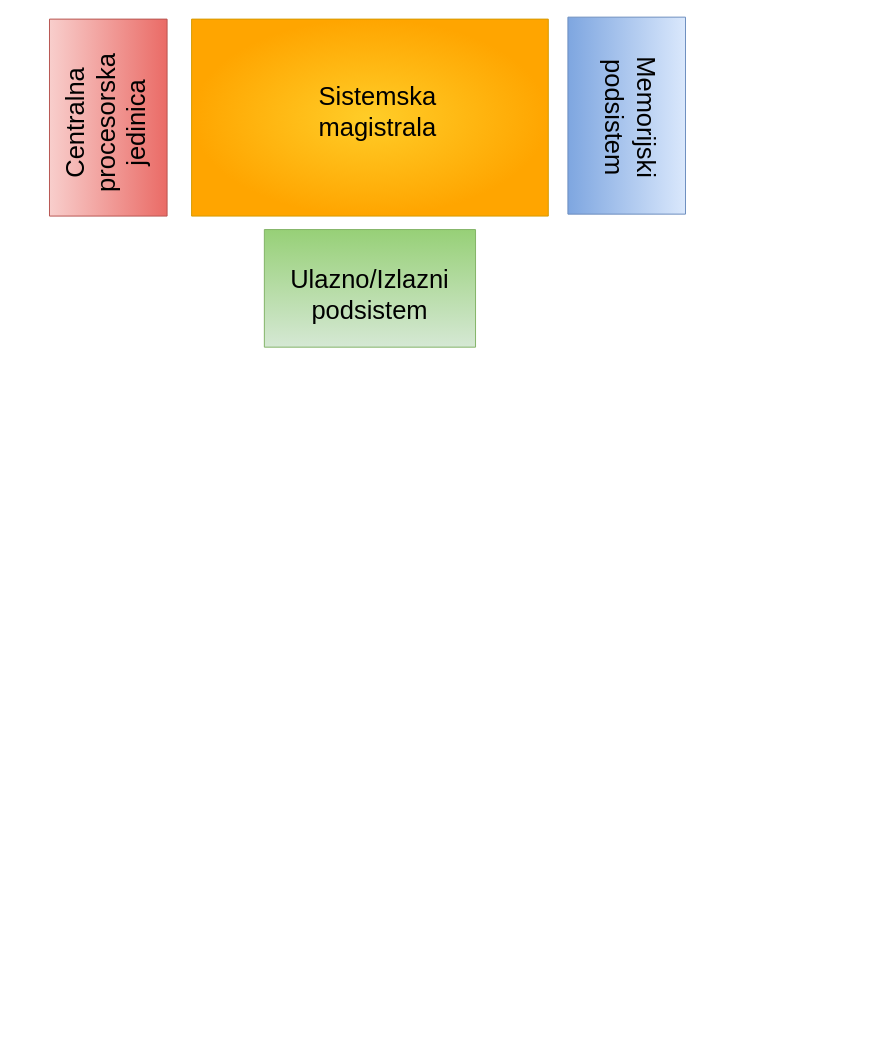
Before: Programiranje_u_fizici.drawio in dejan-aleksic/PMF-IoT, a draw.io diagram. Source tidied: cells renumbered, new cells numbered last; positions are measured from the earlier drawing's top-left corner, leaving out a move shared by most shapes. Both pictures are drawn from the tidied source at 98%, with x=0, y=0 at pixel (49, 17).
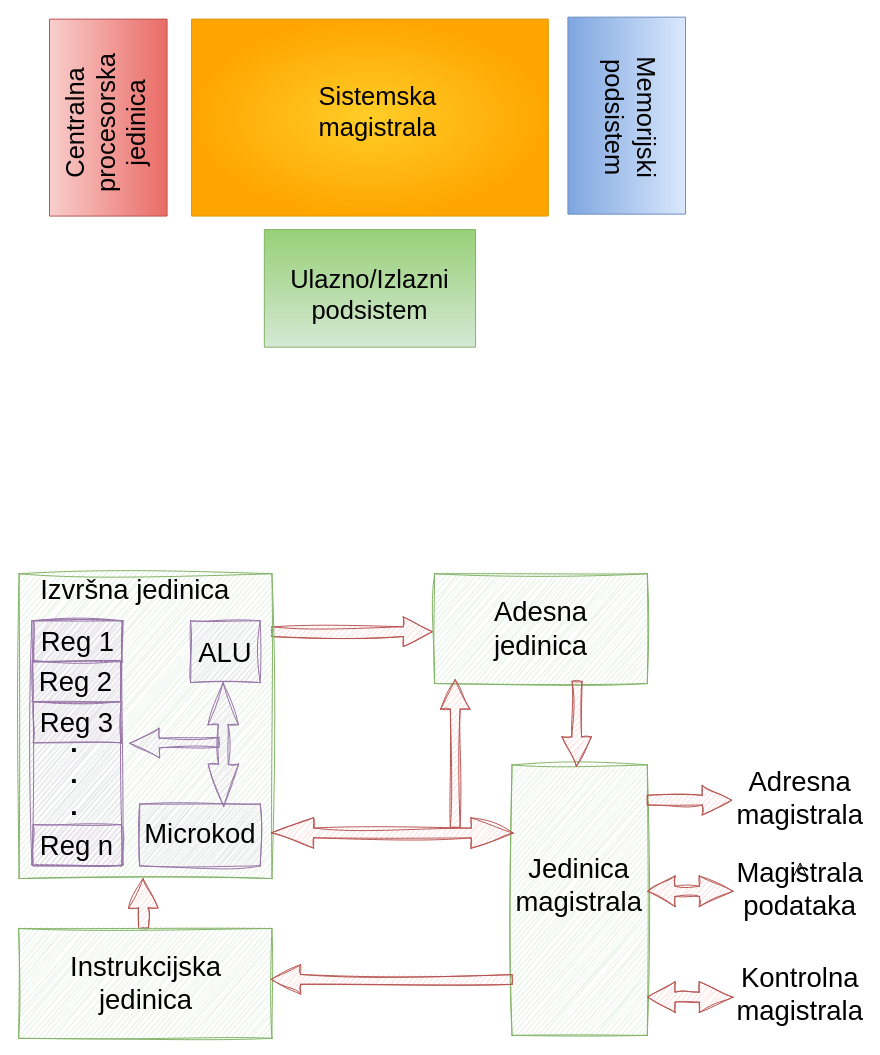
After the change.

Diff of the diagram source:
```diff
@@
+    <mxCell id="10" style="edgeStyle=none;curved=1;rounded=0;jettySize=auto;html=1;endArrow=open;sourcePerimeterSpacing=8;targetPerimeterSpacing=8;shape=arrow;entryX=0.51;entryY=0;entryDx=0;entryDy=0;entryPerimeter=0;sketch=1;curveFitting=1;jiggle=2;fillColor=#f8cecc;strokeColor=#b85450;exitX=0.507;exitY=1;exitDx=0;exitDy=0;exitPerimeter=0;" parent="1" edge="1" source="35" target="12">
+      <mxGeometry relative="1" as="geometry">
+        <Array as="points">
+          <mxPoint x="79" y="862" />
+        </Array>
+      </mxGeometry>
+    </mxCell>
@@
+    <mxCell id="11" style="edgeStyle=none;curved=1;rounded=0;jettySize=auto;html=1;endArrow=open;sourcePerimeterSpacing=8;targetPerimeterSpacing=8;shape=arrow;exitX=0;exitY=0.81;exitDx=0;exitDy=0;exitPerimeter=0;entryX=1.009;entryY=0.473;entryDx=0;entryDy=0;entryPerimeter=0;sketch=1;curveFitting=1;jiggle=2;fillColor=#f8cecc;strokeColor=#b85450;" parent="1" edge="1" source="12" target="14">
+      <mxGeometry relative="1" as="geometry">
+        <Array as="points">
+          <mxPoint x="331" y="685" />
+        </Array>
+      </mxGeometry>
+    </mxCell>
+    <mxCell id="12" style="verticalLabelPosition=bottom;verticalAlign=top;html=1;shape=mxgraph.basic.rect;fillColor2=none;strokeWidth=1;size=20;indent=5;gradientDirection=radial;rotation=-180;sketch=1;curveFitting=1;jiggle=2;fillColor=#d5e8d4;strokeColor=#82b366;" parent="1" vertex="1">
+      <mxGeometry x="-31" y="568" width="258" height="311" as="geometry" />
+    </mxCell>
+    <mxCell id="13" style="group;" parent="1" vertex="1">
+      <mxGeometry x="393" y="568" width="217" height="112" as="geometry" />
+    </mxCell>
+    <mxCell id="14" style="verticalLabelPosition=bottom;verticalAlign=top;html=1;shape=mxgraph.basic.rect;fillColor2=none;strokeWidth=1;size=20;indent=5;gradientDirection=radial;rotation=-180;sketch=1;curveFitting=1;jiggle=2;fillColor=#d5e8d4;strokeColor=#82b366;" parent="13" vertex="1">
+      <mxGeometry width="217" height="112" as="geometry" />
+    </mxCell>
+    <mxCell id="15" value="Adesna jedinica" style="text;strokeColor=none;fillColor=none;html=1;align=center;verticalAlign=middle;whiteSpace=wrap;rounded=0;sketch=1;curveFitting=1;jiggle=2;fontSize=28;fontColor=#000000;" parent="13" vertex="1">
+      <mxGeometry x="47.9" y="22.5" width="121.3" height="67" as="geometry" />
+    </mxCell>
+    <mxCell id="16" style="verticalLabelPosition=bottom;verticalAlign=top;html=1;shape=mxgraph.basic.rect;fillColor2=none;strokeWidth=1;size=20;indent=5;gradientDirection=radial;rotation=-180;sketch=1;curveFitting=1;jiggle=2;fillColor=#e1d5e7;strokeColor=#9673a6;" parent="1" vertex="1">
+      <mxGeometry x="144" y="616" width="71" height="63" as="geometry" />
+    </mxCell>
+    <mxCell id="17" value="ALU" style="text;strokeColor=none;fillColor=none;html=1;align=center;verticalAlign=middle;whiteSpace=wrap;rounded=0;sketch=1;curveFitting=1;jiggle=2;fontSize=28;fontColor=#000000;" parent="1" vertex="1">
+      <mxGeometry x="147" y="628" width="65" height="39" as="geometry" />
+    </mxCell>
+    <mxCell id="18" style="verticalLabelPosition=bottom;verticalAlign=top;html=1;shape=mxgraph.basic.rect;fillColor2=none;strokeWidth=1;size=20;indent=5;gradientDirection=radial;rotation=-180;sketch=1;curveFitting=1;jiggle=2;fillColor=#e1d5e7;strokeColor=#9673a6;" parent="1" vertex="1">
+      <mxGeometry x="92" y="803" width="123" height="63" as="geometry" />
+    </mxCell>
+    <mxCell id="19" value="Microkod" style="text;strokeColor=none;fillColor=none;html=1;align=center;verticalAlign=middle;whiteSpace=wrap;rounded=0;sketch=1;curveFitting=1;jiggle=2;fontSize=28;fontColor=#000000;" parent="1" vertex="1">
+      <mxGeometry x="94" y="813" width="120" height="39" as="geometry" />
+    </mxCell>
+    <mxCell id="20" style="verticalLabelPosition=bottom;verticalAlign=top;html=1;shape=mxgraph.basic.rect;fillColor2=none;strokeWidth=1;size=20;indent=5;gradientDirection=radial;rotation=-180;sketch=1;curveFitting=1;jiggle=2;fillColor=#e1d5e7;strokeColor=#9673a6;" parent="1" vertex="1">
+      <mxGeometry x="-18" y="616" width="93" height="249" as="geometry" />
+    </mxCell>
+    <mxCell id="21" style="verticalLabelPosition=bottom;verticalAlign=top;html=1;shape=mxgraph.basic.rect;fillColor2=none;strokeWidth=1;size=20;indent=5;gradientDirection=radial;rotation=-180;sketch=1;curveFitting=1;jiggle=2;fillColor=#e1d5e7;strokeColor=#9673a6;" parent="1" vertex="1">
+      <mxGeometry x="-16" y="616" width="90" height="42" as="geometry" />
+    </mxCell>
+    <mxCell id="22" value="Reg 1" style="text;strokeColor=none;fillColor=none;html=1;align=center;verticalAlign=middle;whiteSpace=wrap;rounded=0;sketch=1;curveFitting=1;jiggle=2;fontSize=28;fontColor=#000000;" parent="1" vertex="1">
+      <mxGeometry x="-31.5" y="617.5" width="120" height="39" as="geometry" />
+    </mxCell>
+    <mxCell id="23" style="verticalLabelPosition=bottom;verticalAlign=top;html=1;shape=mxgraph.basic.rect;fillColor2=none;strokeWidth=1;size=20;indent=5;gradientDirection=radial;rotation=-180;sketch=1;curveFitting=1;jiggle=2;fillColor=#e1d5e7;strokeColor=#9673a6;" parent="1" vertex="1">
+      <mxGeometry x="-17.5" y="656.5" width="90" height="42" as="geometry" />
+    </mxCell>
+    <mxCell id="24" value="Reg 2" style="text;strokeColor=none;fillColor=none;html=1;align=center;verticalAlign=middle;whiteSpace=wrap;rounded=0;sketch=1;curveFitting=1;jiggle=2;fontSize=28;fontColor=#000000;" parent="1" vertex="1">
+      <mxGeometry x="-33" y="658" width="120" height="39" as="geometry" />
+    </mxCell>
+    <mxCell id="25" style="verticalLabelPosition=bottom;verticalAlign=top;html=1;shape=mxgraph.basic.rect;fillColor2=none;strokeWidth=1;size=20;indent=5;gradientDirection=radial;rotation=-180;sketch=1;curveFitting=1;jiggle=2;fillColor=#e1d5e7;strokeColor=#9673a6;" parent="1" vertex="1">
+      <mxGeometry x="-16.5" y="698.5" width="90" height="42" as="geometry" />
+    </mxCell>
+    <mxCell id="26" value="Reg 3" style="text;strokeColor=none;fillColor=none;html=1;align=center;verticalAlign=middle;whiteSpace=wrap;rounded=0;sketch=1;curveFitting=1;jiggle=2;fontSize=28;fontColor=#000000;" parent="1" vertex="1">
+      <mxGeometry x="-32" y="700" width="120" height="39" as="geometry" />
+    </mxCell>
+    <mxCell id="27" style="verticalLabelPosition=bottom;verticalAlign=top;html=1;shape=mxgraph.basic.rect;fillColor2=none;strokeWidth=1;size=20;indent=5;gradientDirection=radial;rotation=-180;sketch=1;curveFitting=1;jiggle=2;fillColor=#e1d5e7;strokeColor=#9673a6;" parent="1" vertex="1">
+      <mxGeometry x="-16.5" y="824" width="90" height="42" as="geometry" />
+    </mxCell>
+    <mxCell id="28" value="Reg n" style="text;strokeColor=none;fillColor=none;html=1;align=center;verticalAlign=middle;whiteSpace=wrap;rounded=0;sketch=1;curveFitting=1;jiggle=2;fontSize=28;fontColor=#000000;" parent="1" vertex="1">
+      <mxGeometry x="-32" y="825.5" width="120" height="39" as="geometry" />
+    </mxCell>
+    <mxCell id="29" value="&lt;h6&gt;&lt;font style=&quot;font-size: 27px;&quot;&gt;.&lt;br&gt;&lt;/font&gt;&lt;font style=&quot;font-size: 27px;&quot;&gt;.&lt;br&gt;&lt;/font&gt;&lt;font style=&quot;font-size: 27px;&quot;&gt;.&lt;/font&gt;&lt;/h6&gt;" style="text;strokeColor=none;fillColor=none;html=1;align=center;verticalAlign=middle;whiteSpace=wrap;rounded=0;sketch=1;curveFitting=1;jiggle=2;fontSize=28;" parent="1" vertex="1">
+      <mxGeometry x="7" y="737" width="37" height="72" as="geometry" />
+    </mxCell>
+    <mxCell id="30" style="edgeStyle=none;curved=1;rounded=0;orthogonalLoop=1;jettySize=auto;html=1;endArrow=open;sourcePerimeterSpacing=8;targetPerimeterSpacing=8;shape=arrow;sketch=1;curveFitting=1;jiggle=2;fillColor=#e1d5e7;strokeColor=#9673a6;" parent="1" edge="1">
+      <mxGeometry relative="1" as="geometry">
+        <mxPoint x="173" y="740" as="sourcePoint" />
+        <mxPoint x="82" y="741" as="targetPoint" />
+      </mxGeometry>
+    </mxCell>
+    <mxCell id="31" style="shape=flexArrow;endArrow=classic;startArrow=classic;html=1;rounded=0;startSize=14;endSize=14;sourcePerimeterSpacing=8;targetPerimeterSpacing=8;curved=1;sketch=1;curveFitting=1;jiggle=2;fillColor=#e1d5e7;strokeColor=#9673a6;exitX=0.303;exitY=0.956;exitDx=0;exitDy=0;exitPerimeter=0;" parent="1" edge="1" source="18">
+      <mxGeometry relative="1" as="geometry">
+        <mxPoint x="177" y="678.5" as="targetPoint" />
+      </mxGeometry>
+    </mxCell>
+    <mxCell id="32" style="verticalLabelPosition=bottom;verticalAlign=top;html=1;shape=mxgraph.basic.rect;fillColor2=none;strokeWidth=1;size=20;indent=5;gradientDirection=radial;rotation=-180;sketch=1;curveFitting=1;jiggle=2;fillColor=#d5e8d4;strokeColor=#82b366;" parent="1" vertex="1">
+      <mxGeometry x="472" y="763" width="138" height="276" as="geometry" />
+    </mxCell>
+    <mxCell id="33" value="Jedinica magistrala" style="text;strokeColor=none;fillColor=none;html=1;align=center;verticalAlign=middle;whiteSpace=wrap;rounded=0;sketch=1;curveFitting=1;jiggle=2;fontSize=28;fontColor=#000000;" parent="1" vertex="1">
+      <mxGeometry x="493" y="852" width="95" height="67" as="geometry" />
+    </mxCell>
+    <mxCell id="34" style="edgeStyle=none;curved=1;rounded=0;jettySize=auto;html=1;endArrow=open;sourcePerimeterSpacing=8;targetPerimeterSpacing=8;shape=arrow;exitX=0.33;exitY=0.02;exitDx=0;exitDy=0;exitPerimeter=0;entryX=0.524;entryY=0.995;entryDx=0;entryDy=0;entryPerimeter=0;sketch=1;curveFitting=1;jiggle=2;fillColor=#f8cecc;strokeColor=#b85450;" parent="1" edge="1" source="14" target="32">
+      <mxGeometry relative="1" as="geometry">
+        <Array as="points">
+          <mxPoint x="534" y="736" />
+        </Array>
+      </mxGeometry>
+    </mxCell>
+    <mxCell id="35" style="verticalLabelPosition=bottom;verticalAlign=top;html=1;shape=mxgraph.basic.rect;fillColor2=none;strokeWidth=1;size=20;indent=5;gradientDirection=radial;rotation=-180;sketch=1;curveFitting=1;jiggle=2;fillColor=#d5e8d4;strokeColor=#82b366;" parent="1" vertex="1">
+      <mxGeometry x="-31.5" y="930" width="258.5" height="112" as="geometry" />
+    </mxCell>
+    <mxCell id="36" value="Instrukcijska&lt;br&gt;jedinica" style="text;strokeColor=none;fillColor=none;html=1;align=center;verticalAlign=middle;whiteSpace=wrap;rounded=0;sketch=1;curveFitting=1;jiggle=2;fontSize=28;fontColor=#000000;" parent="1" vertex="1">
+      <mxGeometry x="50.5" y="952.5" width="95" height="67" as="geometry" />
+    </mxCell>
+    <mxCell id="37" style="edgeStyle=none;curved=1;rounded=0;jettySize=auto;html=1;endArrow=open;sourcePerimeterSpacing=8;targetPerimeterSpacing=8;shape=arrow;sketch=1;curveFitting=1;jiggle=2;fillColor=#f8cecc;strokeColor=#b85450;entryX=0.903;entryY=0.034;entryDx=0;entryDy=0;entryPerimeter=0;" parent="1" edge="1" target="14">
+      <mxGeometry relative="1" as="geometry">
+        <mxPoint x="414" y="827" as="sourcePoint" />
+      </mxGeometry>
+    </mxCell>
+    <mxCell id="38" style="shape=flexArrow;endArrow=classic;startArrow=classic;html=1;rounded=0;startSize=14;endSize=14;sourcePerimeterSpacing=8;targetPerimeterSpacing=8;curved=1;sketch=1;curveFitting=1;jiggle=2;fillColor=#f8cecc;strokeColor=#b85450;exitX=0.988;exitY=0.748;exitDx=0;exitDy=0;exitPerimeter=0;entryX=0.004;entryY=0.15;entryDx=0;entryDy=0;entryPerimeter=0;" parent="1" edge="1" source="32" target="12">
+      <mxGeometry relative="1" as="geometry" />
+    </mxCell>
+    <mxCell id="39" style="edgeStyle=none;curved=1;rounded=0;jettySize=auto;html=1;endArrow=open;sourcePerimeterSpacing=8;targetPerimeterSpacing=8;shape=arrow;sketch=1;curveFitting=1;jiggle=2;fillColor=#f8cecc;strokeColor=#b85450;entryX=0.003;entryY=0.537;entryDx=0;entryDy=0;entryPerimeter=0;" parent="1" edge="1" target="35">
+      <mxGeometry relative="1" as="geometry">
+        <mxPoint x="472" y="982" as="sourcePoint" />
+      </mxGeometry>
+    </mxCell>
+    <mxCell id="40" value="Izvršna jedinica" style="text;strokeColor=none;fillColor=none;html=1;align=center;verticalAlign=middle;whiteSpace=wrap;rounded=0;sketch=1;curveFitting=1;jiggle=2;fontSize=28;fontColor=#000000;" parent="1" vertex="1">
+      <mxGeometry x="-32" y="564" width="239" height="39" as="geometry" />
+    </mxCell>
+    <mxCell id="41" style="edgeStyle=none;curved=1;rounded=0;orthogonalLoop=1;jettySize=auto;html=1;endArrow=open;sourcePerimeterSpacing=8;targetPerimeterSpacing=8;shape=arrow;exitX=0;exitY=0.81;exitDx=0;exitDy=0;exitPerimeter=0;sketch=1;curveFitting=1;jiggle=2;fillColor=#f8cecc;strokeColor=#b85450;" parent="1" edge="1">
+      <mxGeometry relative="1" as="geometry">
+        <mxPoint x="610" y="799" as="sourcePoint" />
+        <mxPoint x="696" y="799" as="targetPoint" />
+        <Array as="points">
+          <mxPoint x="714" y="857" />
+        </Array>
+      </mxGeometry>
+    </mxCell>
+    <mxCell id="42" style="shape=flexArrow;endArrow=classic;startArrow=classic;html=1;rounded=0;startSize=11.172413793103448;endSize=8.965517241379311;sourcePerimeterSpacing=8;targetPerimeterSpacing=8;curved=1;sketch=1;curveFitting=1;jiggle=2;fillColor=#f8cecc;strokeColor=#b85450;entryX=0.004;entryY=0.15;entryDx=0;entryDy=0;entryPerimeter=0;width=10.344827586206897;" parent="1" edge="1">
+      <mxGeometry relative="1" as="geometry">
+        <mxPoint x="698" y="892" as="sourcePoint" />
+        <mxPoint x="610" y="892" as="targetPoint" />
+      </mxGeometry>
+    </mxCell>
+    <mxCell id="43" style="shape=flexArrow;endArrow=classic;startArrow=classic;html=1;rounded=0;startSize=11.172413793103448;endSize=8.965517241379311;sourcePerimeterSpacing=8;targetPerimeterSpacing=8;curved=1;sketch=1;curveFitting=1;jiggle=2;fillColor=#f8cecc;strokeColor=#b85450;entryX=0.004;entryY=0.15;entryDx=0;entryDy=0;entryPerimeter=0;width=10.344827586206897;" parent="1" edge="1">
+      <mxGeometry relative="1" as="geometry">
+        <mxPoint x="698" y="1000" as="sourcePoint" />
+        <mxPoint x="610" y="1000" as="targetPoint" />
+      </mxGeometry>
+    </mxCell>
+    <mxCell id="44" value="Adresna magistrala" style="text;strokeColor=none;fillColor=none;html=1;align=center;verticalAlign=middle;whiteSpace=wrap;rounded=0;sketch=1;curveFitting=1;jiggle=2;fontSize=28;fontColor=#000000;" parent="1" vertex="1">
+      <mxGeometry x="706" y="777" width="120" height="39" as="geometry" />
+    </mxCell>
+    <mxCell id="45" value="Magistrala podataka" style="text;strokeColor=none;fillColor=none;html=1;align=center;verticalAlign=middle;whiteSpace=wrap;rounded=0;sketch=1;curveFitting=1;jiggle=2;fontSize=28;fontColor=#000000;" parent="1" vertex="1">
+      <mxGeometry x="706" y="870" width="120" height="39" as="geometry" />
+    </mxCell>
+    <mxCell id="46" value="Kontrolna magistrala" style="text;strokeColor=none;fillColor=none;html=1;align=center;verticalAlign=middle;whiteSpace=wrap;rounded=0;sketch=1;curveFitting=1;jiggle=2;fontSize=28;fontColor=#000000;" parent="1" vertex="1">
+      <mxGeometry x="706" y="977" width="120" height="39" as="geometry" />
+    </mxCell>
+    <mxCell id="47" style="edgeStyle=none;curved=1;rounded=0;orthogonalLoop=1;jettySize=auto;html=1;exitX=0.5;exitY=0;exitDx=0;exitDy=0;endArrow=open;startSize=14;endSize=14;sourcePerimeterSpacing=8;targetPerimeterSpacing=8;" parent="1" edge="1" source="45" target="45">
+      <mxGeometry relative="1" as="geometry" />
+    </mxCell>
```
